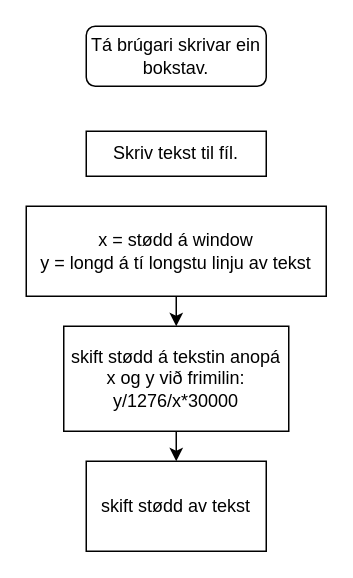
Brian-ED/text-editor keeps this draw.io diagram as docs/Untitled Diagram.drawio. Above is the earlier version. Source tidied: cells renumbered, new cells numbered last; positions are measured from the earlier drawing's top-left corner, leaving out a move shared by most shapes. Both pictures are drawn from the tidied source at 150%, with x=0, y=0 at pixel (26, 26).
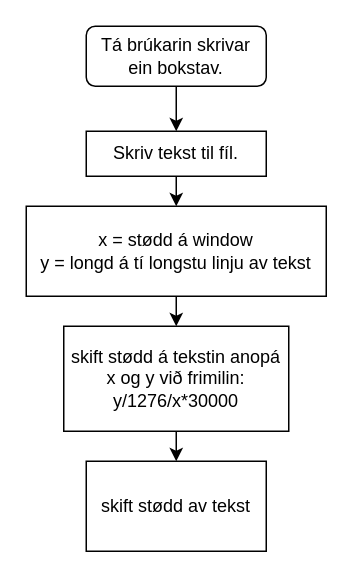
After the change.

What changed in the source:
```diff
@@
 <mxGraphModel>
   <root>
     <mxCell id="0" />
     <mxCell id="1" parent="0" />
+    <mxCell id="9" style="edgeStyle=orthogonalEdgeStyle;rounded=0;jettySize=auto;html=1;exitX=0.5;exitY=1;exitDx=0;exitDy=0;entryX=0.5;entryY=0;entryDx=0;entryDy=0;" parent="1" edge="1" source="2" target="3">
+      <mxGeometry relative="1" as="geometry" />
+    </mxCell>
-    <mxCell id="2" value="&lt;div&gt;Tá brúgari skrivar ein bokstav.&lt;/div&gt;" style="rounded=1;whiteSpace=wrap;html=1;fontSize=12;glass=0;strokeWidth=1;shadow=0;" parent="1" vertex="1">
+    <mxCell id="2" value="&lt;div&gt;Tá brúkarin skrivar ein bokstav.&lt;/div&gt;" style="rounded=1;whiteSpace=wrap;html=1;fontSize=12;glass=0;strokeWidth=1;shadow=0;" parent="1" vertex="1">
       <mxGeometry x="40" width="120" height="40" as="geometry" />
     </mxCell>
+    <mxCell id="10" style="edgeStyle=orthogonalEdgeStyle;rounded=0;jettySize=auto;html=1;exitX=0.5;exitY=1;exitDx=0;exitDy=0;entryX=0.5;entryY=0;entryDx=0;entryDy=0;" parent="1" edge="1" source="3" target="8">
+      <mxGeometry relative="1" as="geometry" />
+    </mxCell>
     <mxCell id="3" value="&lt;div&gt;Skriv tekst til fíl.&lt;/div&gt;&lt;div style=&quot;display:none&quot; id=&quot;SDCloudData&quot;&gt;,&lt;br&gt;&lt;/div&gt;" style="rounded=0;whiteSpace=wrap;html=1;" parent="1" vertex="1">
       <mxGeometry x="40" y="70" width="120" height="30" as="geometry" />
     </mxCell>
     <mxCell id="4" style="edgeStyle=orthogonalEdgeStyle;rounded=0;jettySize=auto;html=1;exitX=0.5;exitY=1;exitDx=0;exitDy=0;entryX=0.5;entryY=0;entryDx=0;entryDy=0;" parent="1" edge="1" source="5" target="6">
       <mxGeometry relative="1" as="geometry" />
     </mxCell>
     <mxCell id="5" value="&lt;div&gt;skift stødd á tekstin anopá x og y við frimilin:&lt;/div&gt;&lt;div&gt;y/1276/x*30000&lt;/div&gt;" style="rounded=0;whiteSpace=wrap;html=1;" parent="1" vertex="1">
       <mxGeometry x="25" y="200" width="150" height="70" as="geometry" />
     </mxCell>
     <mxCell id="6" value="skift stødd av tekst" style="rounded=0;whiteSpace=wrap;html=1;" parent="1" vertex="1">
       <mxGeometry x="40" y="290" width="120" height="60" as="geometry" />
     </mxCell>
     <mxCell id="7" style="edgeStyle=orthogonalEdgeStyle;rounded=0;jettySize=auto;html=1;exitX=0.5;exitY=1;exitDx=0;exitDy=0;entryX=0.5;entryY=0;entryDx=0;entryDy=0;" parent="1" edge="1" source="8" target="5">
       <mxGeometry relative="1" as="geometry" />
     </mxCell>
     <mxCell id="8" value="&lt;div&gt;x = stødd á window&lt;/div&gt;&lt;div&gt;y = longd á tí longstu linju av tekst&lt;br&gt;&lt;/div&gt;" style="rounded=0;whiteSpace=wrap;html=1;" parent="1" vertex="1">
       <mxGeometry y="120" width="200" height="60" as="geometry" />
     </mxCell>
   </root>
 </mxGraphModel>
```
